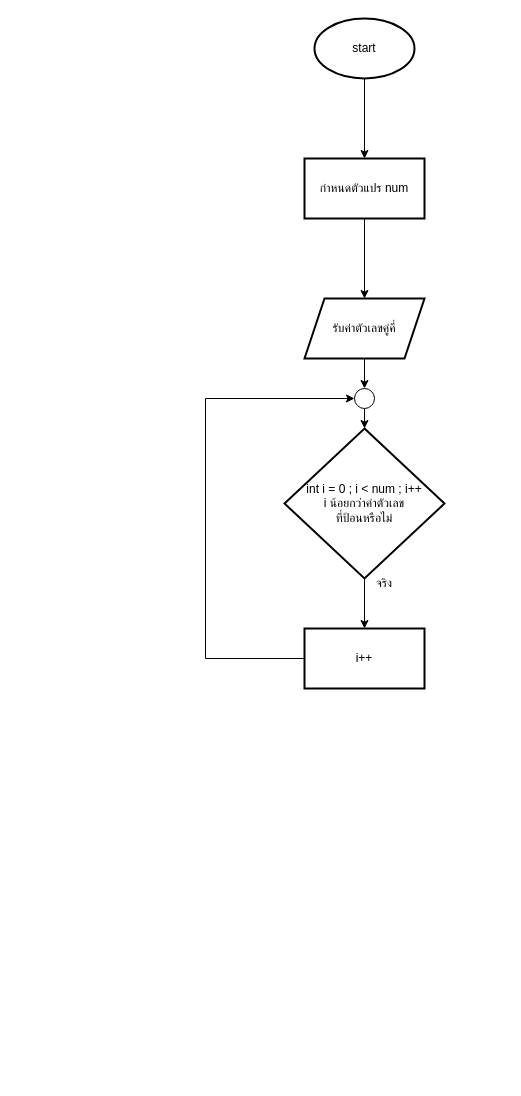
This is HW/HW06/HW061/HW061.drawio from khowtung/ENGCE117, a draw.io file, before an edit. Source tidied: cells renumbered, new cells numbered last; positions are measured from the earlier drawing's top-left corner, leaving out a move shared by most shapes. Both pictures are drawn from the tidied source at 100%, with x=0, y=0 at pixel (205, 18).
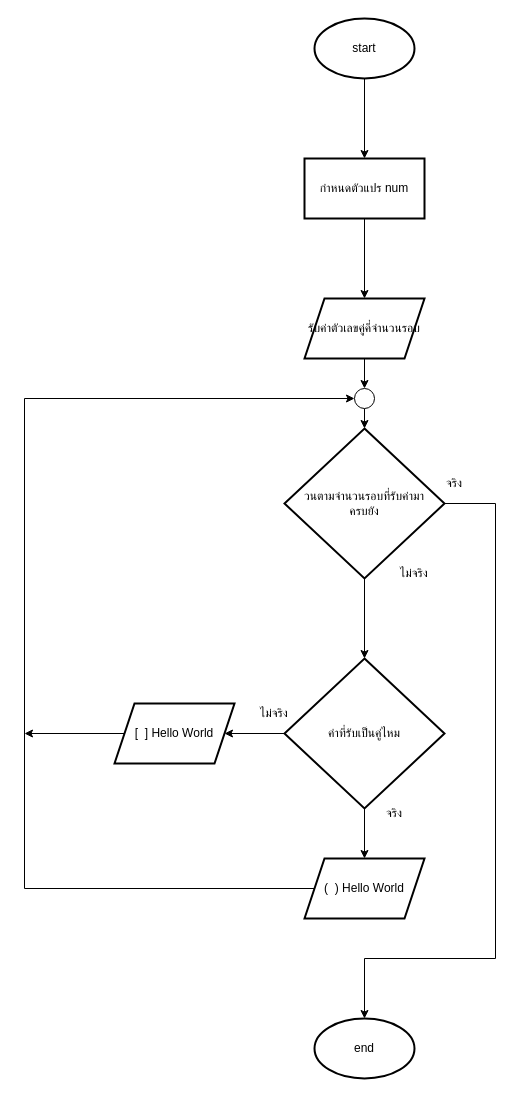
Above is the later version.

The change refers to these unchanged cells:
```xml
<mxCell id="14" style="verticalLabelPosition=bottom;verticalAlign=top;html=1;shape=mxgraph.flowchart.on-page_reference;" parent="1" vertex="1">
  <mxGeometry x="149" y="370" width="20" height="20" as="geometry" />
</mxCell>
```

The edit, as a diff of the source:
```diff
@@
-    <mxCell id="7" value="รับค่าตัวเลขคู่คี่" style="shape=parallelogram;perimeter=parallelogramPerimeter;whiteSpace=wrap;html=1;fixedSize=1;strokeWidth=2;" parent="1" vertex="1">
+    <mxCell id="7" value="รับค่าตัวเลขคู่คี่จำนวนรอบ" style="shape=parallelogram;perimeter=parallelogramPerimeter;whiteSpace=wrap;html=1;fixedSize=1;strokeWidth=2;" parent="1" vertex="1">
       <mxGeometry x="99" y="280" width="120" height="60" as="geometry" />
     </mxCell>
-    <mxCell id="8" style="edgeStyle=orthogonalEdgeStyle;rounded=0;jettySize=auto;html=1;" parent="1" edge="1" source="9" target="11">
-      <mxGeometry relative="1" as="geometry" />
-    </mxCell>
+    <mxCell id="15" style="edgeStyle=orthogonalEdgeStyle;rounded=0;jettySize=auto;html=1;" parent="1" edge="1" source="9" target="19">
+      <mxGeometry relative="1" as="geometry" />
+    </mxCell>
+    <mxCell id="16" style="edgeStyle=orthogonalEdgeStyle;rounded=0;jettySize=auto;html=1;" parent="1" edge="1" source="9">
+      <mxGeometry relative="1" as="geometry">
+        <mxPoint x="159" y="1000" as="targetPoint" />
+        <Array as="points">
+          <mxPoint x="290" y="485" />
+          <mxPoint x="290" y="940" />
+          <mxPoint x="159" y="940" />
+        </Array>
+      </mxGeometry>
+    </mxCell>
-    <mxCell id="9" value="int i = 0 ; i &amp;lt; num ; i++&lt;div&gt;i น้อยกว่าค่าตัวเลข&lt;/div&gt;&lt;div&gt;ที่ป้อนหรือไม่&lt;/div&gt;" style="rhombus;whiteSpace=wrap;html=1;strokeWidth=2;" parent="1" vertex="1">
+    <mxCell id="9" value="วนตามจำนวนรอบที่รับค่ามา&lt;div&gt;ครบยัง&lt;/div&gt;" style="rhombus;whiteSpace=wrap;html=1;strokeWidth=2;" parent="1" vertex="1">
       <mxGeometry x="79" y="410" width="160" height="150" as="geometry" />
     </mxCell>
-    <mxCell id="10" style="edgeStyle=orthogonalEdgeStyle;rounded=0;jettySize=auto;html=1;entryX=0;entryY=0.5;entryDx=0;entryDy=0;entryPerimeter=0;exitX=0;exitY=0.5;exitDx=0;exitDy=0;" parent="1" edge="1" source="11" target="14">
-      <mxGeometry relative="1" as="geometry">
-        <Array as="points">
-          <mxPoint y="640" />
-          <mxPoint y="380" />
-        </Array>
-      </mxGeometry>
-    </mxCell>
-    <mxCell id="11" value="i++" style="whiteSpace=wrap;html=1;strokeWidth=2;" parent="1" vertex="1">
-      <mxGeometry x="99" y="610" width="120" height="60" as="geometry" />
-    </mxCell>
-    <mxCell id="12" value="จริง" style="text;html=1;align=center;verticalAlign=middle;whiteSpace=wrap;rounded=0;" parent="1" vertex="1">
-      <mxGeometry x="149" y="550" width="60" height="30" as="geometry" />
+    <mxCell id="12" value="ไม่จริง" style="text;html=1;align=center;verticalAlign=middle;whiteSpace=wrap;rounded=0;" parent="1" vertex="1">
+      <mxGeometry x="179" y="540" width="60" height="30" as="geometry" />
     </mxCell>
@@
+    <mxCell id="17" style="edgeStyle=orthogonalEdgeStyle;rounded=0;jettySize=auto;html=1;" parent="1" edge="1" source="19" target="21">
+      <mxGeometry relative="1" as="geometry" />
+    </mxCell>
+    <mxCell id="18" style="edgeStyle=orthogonalEdgeStyle;rounded=0;jettySize=auto;html=1;" parent="1" edge="1" source="19" target="23">
+      <mxGeometry relative="1" as="geometry" />
+    </mxCell>
+    <mxCell id="19" value="ค่าที่รับเป็นคู่ไหม" style="rhombus;whiteSpace=wrap;html=1;strokeWidth=2;" parent="1" vertex="1">
+      <mxGeometry x="79" y="640" width="160" height="150" as="geometry" />
+    </mxCell>
+    <mxCell id="20" style="edgeStyle=orthogonalEdgeStyle;rounded=0;jettySize=auto;html=1;entryX=0;entryY=0.5;entryDx=0;entryDy=0;entryPerimeter=0;" parent="1" edge="1" source="21" target="14">
+      <mxGeometry relative="1" as="geometry">
+        <Array as="points">
+          <mxPoint x="-181" y="870" />
+          <mxPoint x="-181" y="380" />
+        </Array>
+      </mxGeometry>
+    </mxCell>
+    <mxCell id="21" value="(&amp;nbsp; ) Hello World" style="shape=parallelogram;perimeter=parallelogramPerimeter;whiteSpace=wrap;html=1;fixedSize=1;strokeWidth=2;" parent="1" vertex="1">
+      <mxGeometry x="99" y="840" width="120" height="60" as="geometry" />
+    </mxCell>
+    <mxCell id="22" style="edgeStyle=orthogonalEdgeStyle;rounded=0;jettySize=auto;html=1;" parent="1" edge="1" source="23">
+      <mxGeometry relative="1" as="geometry">
+        <mxPoint x="-181" y="715" as="targetPoint" />
+      </mxGeometry>
+    </mxCell>
+    <mxCell id="23" value="[&amp;nbsp; ] Hello World" style="shape=parallelogram;perimeter=parallelogramPerimeter;whiteSpace=wrap;html=1;fixedSize=1;strokeWidth=2;" parent="1" vertex="1">
+      <mxGeometry x="-91" y="685" width="120" height="60" as="geometry" />
+    </mxCell>
+    <mxCell id="24" value="จริง" style="text;html=1;align=center;verticalAlign=middle;whiteSpace=wrap;rounded=0;" parent="1" vertex="1">
+      <mxGeometry x="159" y="780" width="60" height="30" as="geometry" />
+    </mxCell>
+    <mxCell id="25" value="ไม่จริง" style="text;html=1;align=center;verticalAlign=middle;whiteSpace=wrap;rounded=0;" parent="1" vertex="1">
+      <mxGeometry x="39" y="680" width="60" height="30" as="geometry" />
+    </mxCell>
+    <mxCell id="26" value="จริง" style="text;html=1;align=center;verticalAlign=middle;whiteSpace=wrap;rounded=0;" parent="1" vertex="1">
+      <mxGeometry x="219" y="450" width="60" height="30" as="geometry" />
+    </mxCell>
+    <mxCell id="27" value="end" style="strokeWidth=2;html=1;shape=mxgraph.flowchart.start_1;whiteSpace=wrap;" parent="1" vertex="1">
+      <mxGeometry x="109" y="1000" width="100" height="60" as="geometry" />
+    </mxCell>
```
